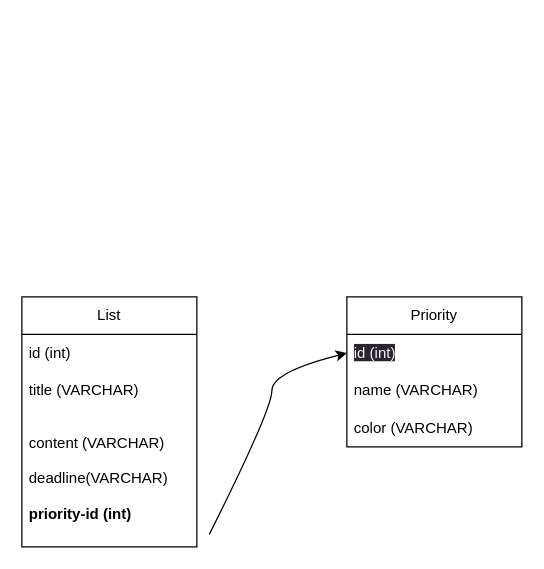
Before: Ressources/mld.drawio in murielralu/Exercice-Cr-ation-API-d-une-Todo-Liste-I, a draw.io diagram. Source tidied: cells renumbered, new cells numbered last; positions are measured from the earlier drawing's top-left corner, leaving out a move shared by most shapes. Both pictures are drawn from the tidied source at 125%, with x=0, y=0 at pixel (21, 296).
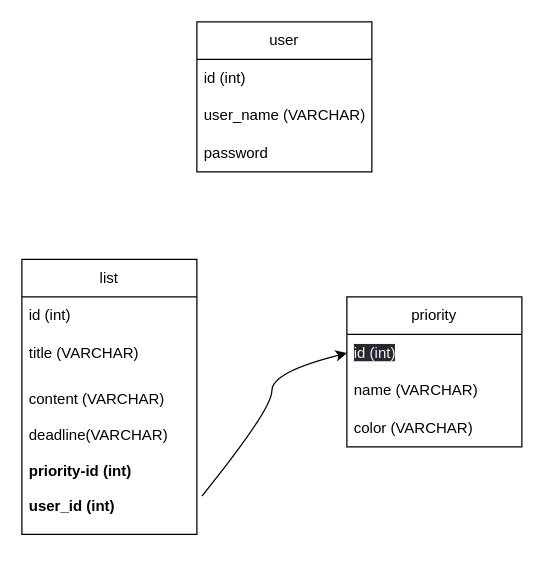
The same page after the edit.

Commit message (it also covers changes not shown here):
mcd mld modification, adding a user

Diff of the diagram source:
```diff
@@
 <mxGraphModel>
   <root>
     <mxCell id="0" />
     <mxCell id="1" parent="0" />
-    <mxCell id="2" value="List" style="swimlane;fontStyle=0;horizontal=1;startSize=30;whiteSpace=wrap;html=1;" parent="1" vertex="1">
-      <mxGeometry width="140" height="200" as="geometry" />
+    <mxCell id="2" value="list" style="swimlane;fontStyle=0;horizontal=1;startSize=30;whiteSpace=wrap;html=1;" parent="1" vertex="1">
+      <mxGeometry y="-30" width="140" height="220" as="geometry" />
     </mxCell>
     <mxCell id="3" value="id (int)" style="text;strokeColor=none;fillColor=none;align=left;verticalAlign=middle;spacingLeft=4;spacingRight=4;overflow=hidden;whiteSpace=wrap;html=1;" parent="2" vertex="1">
       <mxGeometry y="30" width="140" height="30" as="geometry" />
     </mxCell>
     <mxCell id="4" value="title (VARCHAR)" style="text;strokeColor=none;fillColor=none;align=left;verticalAlign=middle;spacingLeft=4;spacingRight=4;overflow=hidden;whiteSpace=wrap;html=1;" parent="2" vertex="1">
       <mxGeometry y="60" width="140" height="30" as="geometry" />
     </mxCell>
-    <mxCell id="5" value="content (VARCHAR)&lt;br&gt;&lt;br&gt;deadline(VARCHAR)&lt;br&gt;&lt;br&gt;&lt;b&gt;priority-id (int)&lt;/b&gt;" style="text;strokeColor=none;fillColor=none;align=left;verticalAlign=middle;spacingLeft=4;spacingRight=4;overflow=hidden;points=[[0,0.5],[1,0.5]];portConstraint=eastwest;whiteSpace=wrap;html=1;" parent="2" vertex="1">
-      <mxGeometry y="90" width="140" height="110" as="geometry" />
+    <mxCell id="5" value="content (VARCHAR)&lt;br&gt;&lt;br&gt;deadline(VARCHAR)&lt;br&gt;&lt;br&gt;&lt;b&gt;priority-id (int)&lt;br&gt;&lt;br&gt;user_id (int)&lt;br&gt;&lt;/b&gt;" style="text;strokeColor=none;fillColor=none;align=left;verticalAlign=middle;spacingLeft=4;spacingRight=4;overflow=hidden;points=[[0,0.5],[1,0.5]];portConstraint=eastwest;whiteSpace=wrap;html=1;" parent="2" vertex="1">
+      <mxGeometry y="90" width="140" height="130" as="geometry" />
     </mxCell>
-    <mxCell id="6" value="Priority" style="swimlane;fontStyle=0;horizontal=1;startSize=30;whiteSpace=wrap;html=1;" parent="1" vertex="1">
+    <mxCell id="6" value="priority" style="swimlane;fontStyle=0;horizontal=1;startSize=30;whiteSpace=wrap;html=1;" parent="1" vertex="1">
       <mxGeometry x="260" width="140" height="120" as="geometry" />
     </mxCell>
     <mxCell id="7" value="&lt;span style=&quot;color: rgb(240, 240, 240); font-family: Helvetica; font-size: 12px; font-style: normal; font-variant-ligatures: normal; font-variant-caps: normal; font-weight: 400; letter-spacing: normal; orphans: 2; text-align: left; text-indent: 0px; text-transform: none; widows: 2; word-spacing: 0px; -webkit-text-stroke-width: 0px; background-color: rgb(42, 37, 47); text-decoration-thickness: initial; text-decoration-style: initial; text-decoration-color: initial; float: none; display: inline !important;&quot;&gt;id (int)&lt;/span&gt;" style="text;strokeColor=none;fillColor=none;align=left;verticalAlign=middle;spacingLeft=4;spacingRight=4;overflow=hidden;points=[[0,0.5],[1,0.5]];portConstraint=eastwest;whiteSpace=wrap;html=1;" parent="6" vertex="1">
       <mxGeometry y="30" width="140" height="30" as="geometry" />
     </mxCell>
     <mxCell id="8" value="name (VARCHAR)" style="text;strokeColor=none;fillColor=none;align=left;verticalAlign=middle;spacingLeft=4;spacingRight=4;overflow=hidden;whiteSpace=wrap;html=1;" parent="6" vertex="1">
       <mxGeometry y="60" width="140" height="30" as="geometry" />
     </mxCell>
     <mxCell id="9" value="color (VARCHAR)" style="text;strokeColor=none;fillColor=none;align=left;verticalAlign=middle;spacingLeft=4;spacingRight=4;overflow=hidden;whiteSpace=wrap;html=1;" parent="6" vertex="1">
       <mxGeometry y="90" width="140" height="30" as="geometry" />
     </mxCell>
-    <mxCell id="10" style="curved=1;endArrow=classic;html=1;exitX=1.071;exitY=0.909;exitDx=0;exitDy=0;exitPerimeter=0;entryX=0;entryY=0.5;entryDx=0;entryDy=0;" parent="1" edge="1" source="5" target="7">
+    <mxCell id="10" style="curved=1;endArrow=classic;html=1;exitX=1.029;exitY=0.764;exitDx=0;exitDy=0;exitPerimeter=0;entryX=0;entryY=0.5;entryDx=0;entryDy=0;" parent="1" edge="1" source="5" target="7">
       <mxGeometry relative="1" as="geometry">
         <Array as="points">
           <mxPoint x="200" y="90" />
           <mxPoint x="200" y="60" />
         </Array>
       </mxGeometry>
     </mxCell>
+    <mxCell id="11" value="user" style="swimlane;fontStyle=0;horizontal=1;startSize=30;whiteSpace=wrap;html=1;" parent="1" vertex="1">
+      <mxGeometry x="140" y="-220" width="140" height="120" as="geometry" />
+    </mxCell>
+    <mxCell id="12" value="id (int)" style="text;strokeColor=none;fillColor=none;align=left;verticalAlign=middle;spacingLeft=4;spacingRight=4;overflow=hidden;whiteSpace=wrap;html=1;" parent="11" vertex="1">
+      <mxGeometry y="30" width="140" height="30" as="geometry" />
+    </mxCell>
+    <mxCell id="13" value="user_name (VARCHAR)" style="text;strokeColor=none;fillColor=none;align=left;verticalAlign=middle;spacingLeft=4;spacingRight=4;overflow=hidden;whiteSpace=wrap;html=1;" parent="11" vertex="1">
+      <mxGeometry y="60" width="140" height="30" as="geometry" />
+    </mxCell>
+    <mxCell id="14" value="password" style="text;strokeColor=none;fillColor=none;align=left;verticalAlign=middle;spacingLeft=4;spacingRight=4;overflow=hidden;whiteSpace=wrap;html=1;" parent="11" vertex="1">
+      <mxGeometry y="90" width="140" height="30" as="geometry" />
+    </mxCell>
   </root>
 </mxGraphModel>
```
